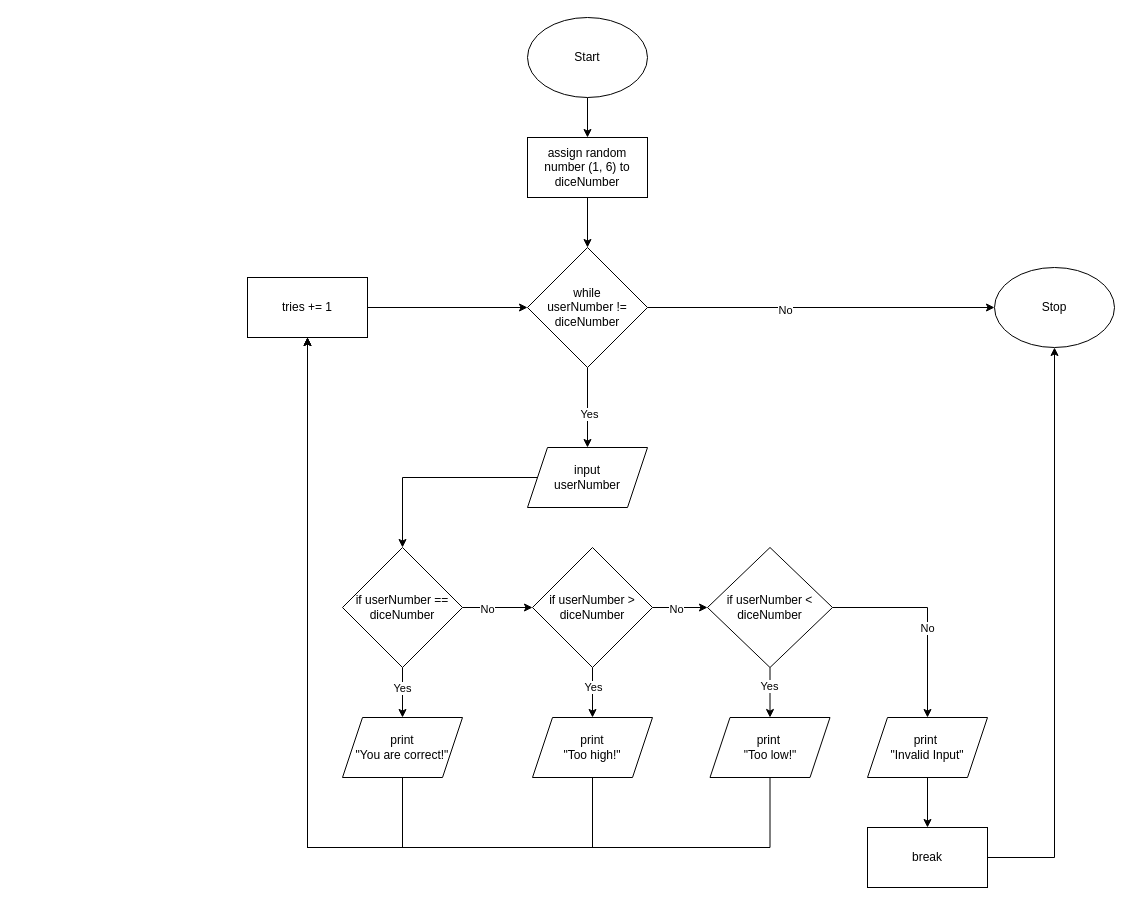
dbcalitis/ics4u-unit1-04-typescript keeps this draw.io diagram as Design/Unit1-04.drawio. Above is the earlier version. Source tidied: cells renumbered, new cells numbered last; positions are measured from the earlier drawing's top-left corner, leaving out a move shared by most shapes. Both pictures are drawn from the tidied source at 100%, with x=0, y=0 at pixel (247, 17).
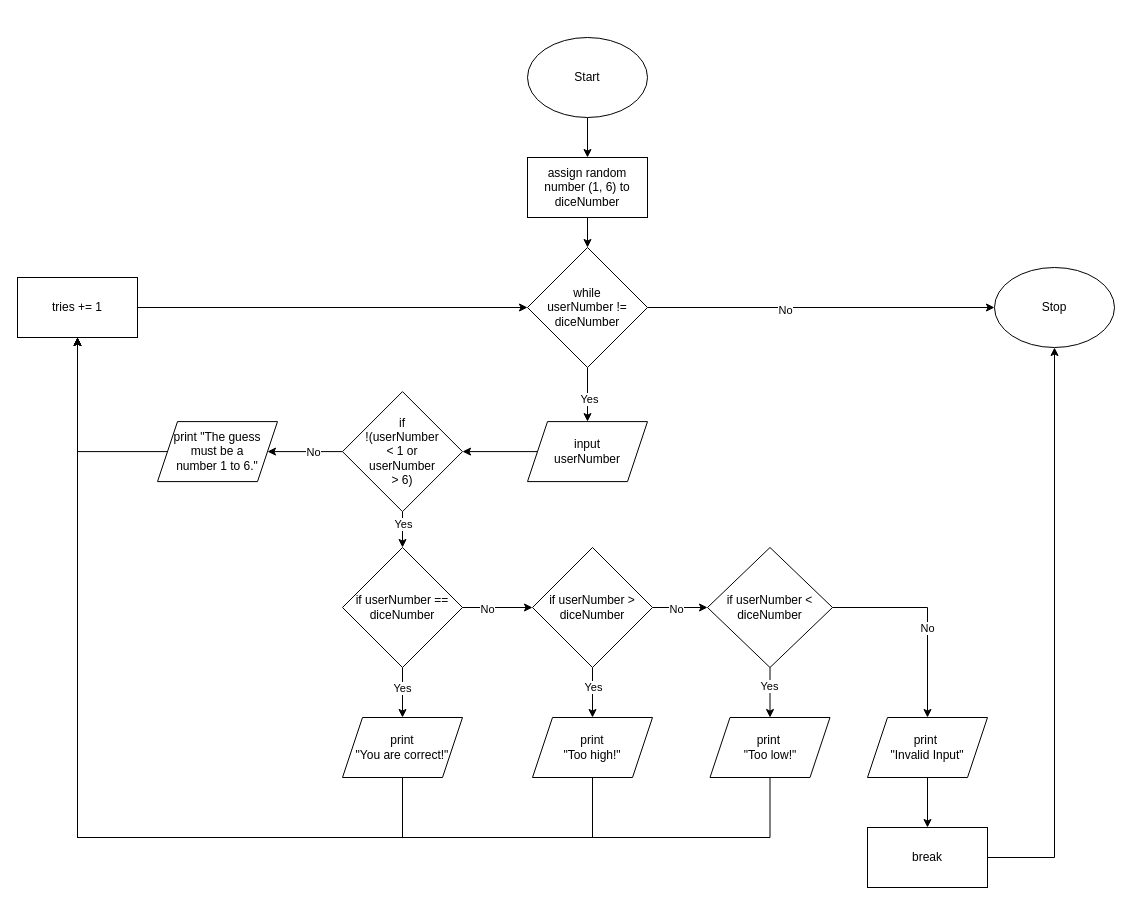
The same diagram, later.

Commit message (it also covers changes not shown here):
updated Design content

Unchanged cells that the change refers to:
```xml
<mxCell id="13" value="while &lt;br&gt;userNumber != diceNumber" style="rhombus;whiteSpace=wrap;html=1;direction=south;" parent="1" vertex="1">
  <mxGeometry x="280" y="230" width="120" height="120" as="geometry" />
</mxCell>
<mxCell id="18" value="if userNumber == diceNumber" style="rhombus;whiteSpace=wrap;html=1;" parent="1" vertex="1">
  <mxGeometry x="95" y="530" width="120" height="120" as="geometry" />
</mxCell>
<mxCell id="30" value="print &lt;br&gt;&quot;You are correct!&quot;" style="shape=parallelogram;perimeter=parallelogramPerimeter;whiteSpace=wrap;html=1;fixedSize=1;" parent="1" vertex="1">
  <mxGeometry x="95" y="700" width="120" height="60" as="geometry" />
</mxCell>
<mxCell id="32" value="print&lt;br&gt;&quot;Too high!&quot;" style="shape=parallelogram;perimeter=parallelogramPerimeter;whiteSpace=wrap;html=1;fixedSize=1;" parent="1" vertex="1">
  <mxGeometry x="285" y="700" width="120" height="60" as="geometry" />
</mxCell>
<mxCell id="34" value="print&amp;nbsp;&lt;br&gt;&quot;Too low!&quot;" style="shape=parallelogram;perimeter=parallelogramPerimeter;whiteSpace=wrap;html=1;fixedSize=1;" parent="1" vertex="1">
  <mxGeometry x="462.5" y="700" width="120" height="60" as="geometry" />
</mxCell>
```

What changed in the source:
```diff
@@
     <mxCell id="3" value="Start" style="ellipse;whiteSpace=wrap;html=1;" parent="1" vertex="1">
-      <mxGeometry x="280" width="120" height="80" as="geometry" />
+      <mxGeometry x="280" y="20" width="120" height="80" as="geometry" />
     </mxCell>
@@
-    <mxCell id="5" style="edgeStyle=orthogonalEdgeStyle;rounded=0;html=1;exitX=0.5;exitY=1;exitDx=0;exitDy=0;" parent="1" edge="1" source="6" target="13">
+    <mxCell id="5" style="edgeStyle=none;html=1;exitX=0.5;exitY=1;exitDx=0;exitDy=0;entryX=0;entryY=0.5;entryDx=0;entryDy=0;" parent="1" edge="1" source="6" target="13">
       <mxGeometry relative="1" as="geometry" />
     </mxCell>
     <mxCell id="6" value="assign random number (1, 6) to diceNumber" style="rounded=0;whiteSpace=wrap;html=1;" parent="1" vertex="1">
-      <mxGeometry x="280" y="120" width="120" height="60" as="geometry" />
+      <mxGeometry x="280" y="140" width="120" height="60" as="geometry" />
     </mxCell>
-    <mxCell id="7" style="edgeStyle=orthogonalEdgeStyle;rounded=0;html=1;exitX=0;exitY=0.5;exitDx=0;exitDy=0;entryX=0.5;entryY=0;entryDx=0;entryDy=0;" parent="1" edge="1" source="8" target="18">
-      <mxGeometry relative="1" as="geometry" />
-    </mxCell>
+    <mxCell id="41" style="edgeStyle=orthogonalEdgeStyle;html=1;exitX=0;exitY=0.5;exitDx=0;exitDy=0;entryX=0.5;entryY=0;entryDx=0;entryDy=0;rounded=0;" parent="1" edge="1" source="8" target="46">
+      <mxGeometry relative="1" as="geometry" />
+    </mxCell>
     <mxCell id="8" value="input &lt;br&gt;userNumber" style="shape=parallelogram;perimeter=parallelogramPerimeter;whiteSpace=wrap;html=1;fixedSize=1;" parent="1" vertex="1">
-      <mxGeometry x="280" y="430" width="120" height="60" as="geometry" />
+      <mxGeometry x="280" y="404.1" width="120" height="60" as="geometry" />
     </mxCell>
@@
-    <mxCell id="29" style="edgeStyle=orthogonalEdgeStyle;rounded=0;html=1;exitX=0.5;exitY=1;exitDx=0;exitDy=0;entryX=0.5;entryY=1;entryDx=0;entryDy=0;" parent="1" edge="1" source="30" target="38">
+    <mxCell id="29" style="edgeStyle=orthogonalEdgeStyle;rounded=0;html=1;exitX=0.5;exitY=1;exitDx=0;exitDy=0;" parent="1" edge="1" source="30" target="38">
       <mxGeometry relative="1" as="geometry">
         <Array as="points">
-          <mxPoint x="155" y="830" />
-          <mxPoint x="60" y="830" />
+          <mxPoint x="155" y="820" />
+          <mxPoint x="-170" y="820" />
         </Array>
       </mxGeometry>
     </mxCell>
@@
-    <mxCell id="31" style="edgeStyle=orthogonalEdgeStyle;rounded=0;html=1;exitX=0.5;exitY=1;exitDx=0;exitDy=0;" parent="1" edge="1" source="32" target="38">
+    <mxCell id="31" style="edgeStyle=orthogonalEdgeStyle;rounded=0;html=1;exitX=0.5;exitY=1;exitDx=0;exitDy=0;entryX=0.5;entryY=1;entryDx=0;entryDy=0;" parent="1" edge="1" source="32" target="38">
       <mxGeometry relative="1" as="geometry">
         <Array as="points">
-          <mxPoint x="345" y="830" />
-          <mxPoint x="60" y="830" />
+          <mxPoint x="345" y="820" />
+          <mxPoint x="-170" y="820" />
         </Array>
       </mxGeometry>
     </mxCell>
@@
     <mxCell id="33" style="edgeStyle=orthogonalEdgeStyle;rounded=0;html=1;exitX=0.5;exitY=1;exitDx=0;exitDy=0;entryX=0.5;entryY=1;entryDx=0;entryDy=0;" parent="1" edge="1" source="34" target="38">
       <mxGeometry relative="1" as="geometry">
         <Array as="points">
-          <mxPoint x="522" y="830" />
-          <mxPoint x="60" y="830" />
+          <mxPoint x="523" y="820" />
+          <mxPoint x="-170" y="820" />
         </Array>
       </mxGeometry>
     </mxCell>
@@
     <mxCell id="38" value="tries += 1" style="rounded=0;whiteSpace=wrap;html=1;" parent="1" vertex="1">
-      <mxGeometry y="260" width="120" height="60" as="geometry" />
+      <mxGeometry x="-230" y="260" width="120" height="60" as="geometry" />
     </mxCell>
@@
+    <mxCell id="42" style="edgeStyle=orthogonalEdgeStyle;rounded=0;html=1;exitX=1;exitY=0.5;exitDx=0;exitDy=0;entryX=0.5;entryY=0;entryDx=0;entryDy=0;" parent="1" edge="1" source="46" target="18">
+      <mxGeometry relative="1" as="geometry" />
+    </mxCell>
+    <mxCell id="43" value="Yes" style="edgeLabel;html=1;align=center;verticalAlign=middle;" parent="42" vertex="1">
+      <mxGeometry x="-0.31" relative="1" as="geometry" />
+    </mxCell>
+    <mxCell id="44" style="edgeStyle=orthogonalEdgeStyle;rounded=0;html=1;exitX=0.5;exitY=1;exitDx=0;exitDy=0;" parent="1" edge="1" source="46" target="48">
+      <mxGeometry relative="1" as="geometry" />
+    </mxCell>
+    <mxCell id="45" value="No" style="edgeLabel;html=1;align=center;verticalAlign=middle;" parent="44" vertex="1">
+      <mxGeometry x="-0.19" relative="1" as="geometry" />
+    </mxCell>
+    <mxCell id="46" value="if &lt;br&gt;!(userNumber &lt;br&gt;&amp;lt; 1 or &lt;br&gt;userNumber &lt;br&gt;&amp;gt; 6)" style="rhombus;whiteSpace=wrap;html=1;direction=south;" parent="1" vertex="1">
+      <mxGeometry x="95" y="374.1" width="120" height="120" as="geometry" />
+    </mxCell>
+    <mxCell id="47" style="edgeStyle=orthogonalEdgeStyle;rounded=0;html=1;exitX=0;exitY=0.5;exitDx=0;exitDy=0;entryX=0.5;entryY=1;entryDx=0;entryDy=0;" parent="1" edge="1" source="48" target="38">
+      <mxGeometry relative="1" as="geometry" />
+    </mxCell>
+    <mxCell id="48" value="print &quot;The guess &lt;br&gt;must be a &lt;br&gt;number 1 to 6.&quot;" style="shape=parallelogram;perimeter=parallelogramPerimeter;whiteSpace=wrap;html=1;fixedSize=1;" parent="1" vertex="1">
+      <mxGeometry x="-90" y="404.1" width="120" height="60" as="geometry" />
+    </mxCell>
```
